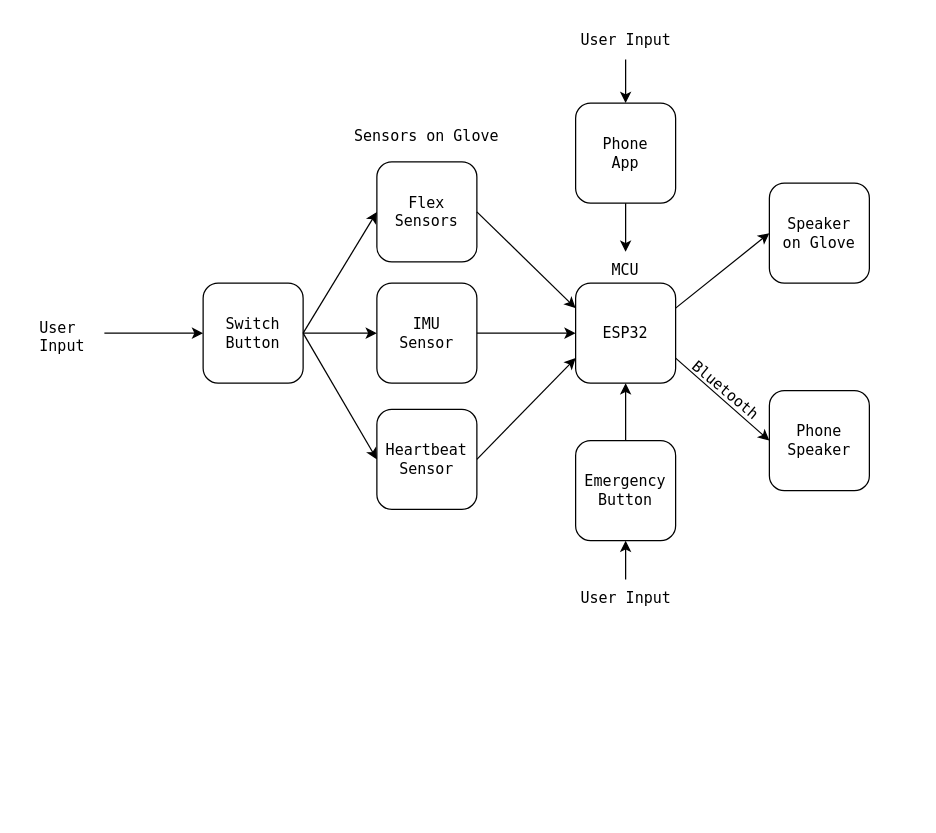
Above: docs/HLD.drawio in r4hulrr/ausign (draw.io), before the change. Source tidied: cells renumbered, new cells numbered last; positions are measured from the earlier drawing's top-left corner, leaving out a move shared by most shapes. Both pictures are drawn from the tidied source at 125%, with x=0, y=0 at pixel (21, 21).
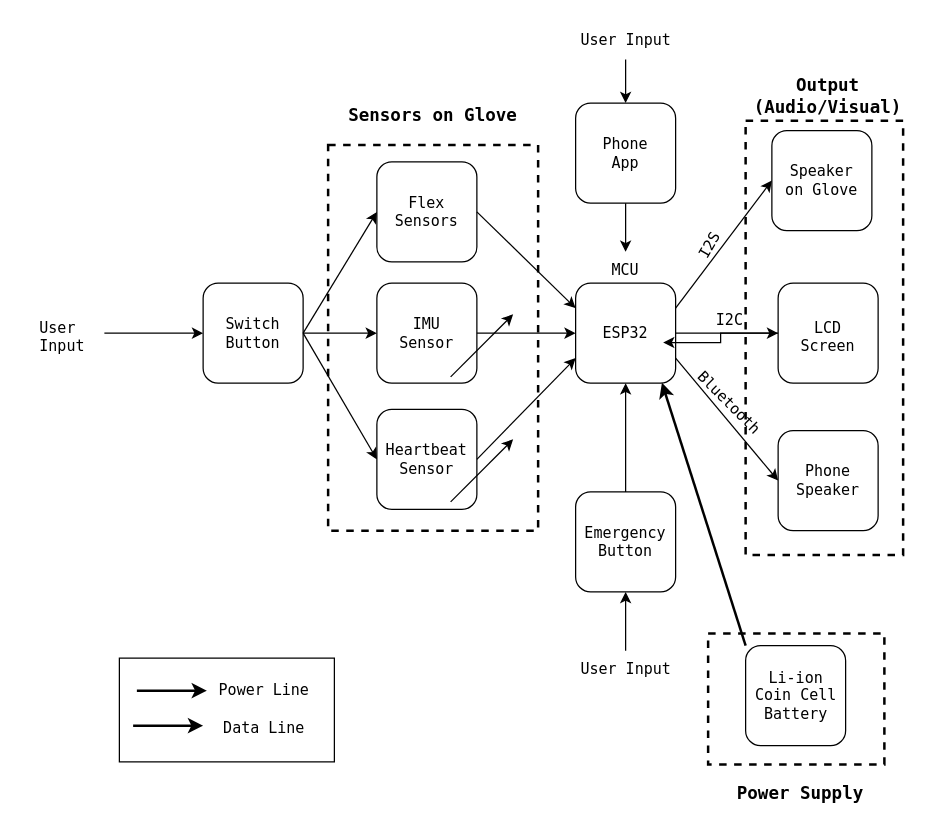
After the change.

The change refers to these unchanged cells:
```xml
<mxCell id="9" style="whiteSpace=wrap;html=1;fillColor=none;rounded=1;labelBorderColor=light-dark(#000000,#000000);strokeColor=light-dark(#000000,#000000);" parent="1" vertex="1">
  <mxGeometry x="443" y="209" width="80" height="80" as="geometry" />
</mxCell>
<mxCell id="11" value="ESP32" style="text;strokeColor=none;align=center;fillColor=none;html=1;verticalAlign=middle;whiteSpace=wrap;rounded=0;fontFamily=Lucida Console;fontColor=light-dark(#000000,#000000);" parent="1" vertex="1">
  <mxGeometry x="453" y="234" width="60" height="30" as="geometry" />
</mxCell>
```

Diff of the diagram source:
```diff
@@
-    <mxCell id="2" value="Sensors on Glove" style="text;strokeColor=none;align=center;fillColor=none;html=1;verticalAlign=middle;whiteSpace=wrap;rounded=0;fontFamily=Lucida Console;fontColor=light-dark(#000000,#000000);" parent="1" vertex="1">
-      <mxGeometry x="254" y="77" width="140" height="30" as="geometry" />
+    <mxCell id="2" value="Sensors on Glove" style="text;strokeColor=none;align=center;fillColor=none;html=1;verticalAlign=middle;whiteSpace=wrap;rounded=0;fontFamily=Lucida Console;fontColor=light-dark(#000000,#000000);fontStyle=1;fontSize=14;" parent="1" vertex="1">
+      <mxGeometry x="259" y="60" width="140" height="30" as="geometry" />
     </mxCell>
@@
     <mxCell id="22" style="whiteSpace=wrap;html=1;fillColor=none;rounded=1;labelBorderColor=light-dark(#000000,#000000);strokeColor=light-dark(#000000,#000000);" parent="1" vertex="1">
-      <mxGeometry x="598" y="129" width="80" height="80" as="geometry" />
+      <mxGeometry x="600" y="87" width="80" height="80" as="geometry" />
     </mxCell>
     <mxCell id="23" value="Speaker on Glove" style="text;strokeColor=none;align=center;fillColor=none;html=1;verticalAlign=middle;whiteSpace=wrap;rounded=0;fontFamily=Lucida Console;fontColor=light-dark(#000000,#000000);" parent="1" vertex="1">
-      <mxGeometry x="608" y="154" width="60" height="30" as="geometry" />
+      <mxGeometry x="610" y="112" width="60" height="30" as="geometry" />
     </mxCell>
     <mxCell id="24" style="whiteSpace=wrap;html=1;fillColor=none;rounded=1;labelBorderColor=light-dark(#000000,#000000);strokeColor=light-dark(#000000,#000000);" parent="1" vertex="1">
-      <mxGeometry x="598" y="295" width="80" height="80" as="geometry" />
+      <mxGeometry x="605" y="327" width="80" height="80" as="geometry" />
     </mxCell>
     <mxCell id="25" value="Phone Speaker" style="text;strokeColor=none;align=center;fillColor=none;html=1;verticalAlign=middle;whiteSpace=wrap;rounded=0;fontFamily=Lucida Console;fontColor=light-dark(#000000,#000000);" parent="1" vertex="1">
-      <mxGeometry x="608" y="320" width="60" height="30" as="geometry" />
+      <mxGeometry x="615" y="352" width="60" height="30" as="geometry" />
     </mxCell>
@@
-    <mxCell id="28" value="Bluetooth" style="text;strokeColor=none;align=center;fillColor=none;html=1;verticalAlign=middle;whiteSpace=wrap;rounded=0;fontFamily=Lucida Console;fontColor=light-dark(#000000,#000000);rotation=40;" parent="1" vertex="1">
-      <mxGeometry x="493" y="280" width="140" height="30" as="geometry" />
+    <mxCell id="28" value="Bluetooth" style="text;strokeColor=none;align=center;fillColor=none;html=1;verticalAlign=middle;whiteSpace=wrap;rounded=0;fontFamily=Lucida Console;fontColor=light-dark(#000000,#000000);rotation=45;" parent="1" vertex="1">
+      <mxGeometry x="509" y="296" width="114" height="18" as="geometry" />
     </mxCell>
     <mxCell id="29" style="whiteSpace=wrap;html=1;fillColor=none;rounded=1;labelBorderColor=light-dark(#000000,#000000);strokeColor=light-dark(#000000,#000000);" parent="1" vertex="1">
-      <mxGeometry x="443" y="335" width="80" height="80" as="geometry" />
+      <mxGeometry x="443" y="376" width="80" height="80" as="geometry" />
     </mxCell>
     <mxCell id="30" value="Emergency Button" style="text;strokeColor=none;align=center;fillColor=none;html=1;verticalAlign=middle;whiteSpace=wrap;rounded=0;fontFamily=Lucida Console;fontColor=light-dark(#000000,#000000);" parent="1" vertex="1">
-      <mxGeometry x="453" y="360" width="60" height="30" as="geometry" />
+      <mxGeometry x="453" y="401" width="60" height="30" as="geometry" />
     </mxCell>
     <mxCell id="31" value="User Input" style="text;strokeColor=none;align=center;fillColor=none;html=1;verticalAlign=middle;whiteSpace=wrap;rounded=0;fontFamily=Lucida Console;fontColor=light-dark(#000000,#000000);" parent="1" vertex="1">
-      <mxGeometry x="406.5" y="446" width="153" height="30" as="geometry" />
+      <mxGeometry x="406.5" y="503" width="153" height="30" as="geometry" />
     </mxCell>
@@
+    <mxCell id="39" value="I2S" style="text;strokeColor=none;align=center;fillColor=none;html=1;verticalAlign=middle;whiteSpace=wrap;rounded=0;fontFamily=Lucida Console;fontColor=light-dark(#000000,#000000);rotation=-60;" parent="1" vertex="1">
+      <mxGeometry x="496" y="167" width="109" height="24" as="geometry" />
+    </mxCell>
+    <mxCell id="40" style="edgeStyle=orthogonalEdgeStyle;rounded=0;jettySize=auto;html=1;exitX=0;exitY=0.5;exitDx=0;exitDy=0;entryX=1;entryY=0.75;entryDx=0;entryDy=0;" parent="1" edge="1" source="41" target="11">
+      <mxGeometry relative="1" as="geometry" />
+    </mxCell>
+    <mxCell id="41" style="whiteSpace=wrap;html=1;fillColor=none;rounded=1;labelBorderColor=light-dark(#000000,#000000);strokeColor=light-dark(#000000,#000000);" parent="1" vertex="1">
+      <mxGeometry x="605" y="209" width="80" height="80" as="geometry" />
+    </mxCell>
+    <mxCell id="42" value="LCD Screen" style="text;strokeColor=none;align=center;fillColor=none;html=1;verticalAlign=middle;whiteSpace=wrap;rounded=0;fontFamily=Lucida Console;fontColor=light-dark(#000000,#000000);" parent="1" vertex="1">
+      <mxGeometry x="615" y="237" width="60" height="30" as="geometry" />
+    </mxCell>
+    <mxCell id="43" style="endArrow=classic;html=1;rounded=0;" parent="1" edge="1">
+      <mxGeometry relative="1" as="geometry">
+        <mxPoint x="343" y="284" as="sourcePoint" />
+        <mxPoint x="393" y="234" as="targetPoint" />
+      </mxGeometry>
+    </mxCell>
+    <mxCell id="44" style="endArrow=classic;html=1;rounded=0;strokeColor=light-dark(#000000,#000000);exitX=1;exitY=0.5;exitDx=0;exitDy=0;entryX=0;entryY=0.5;entryDx=0;entryDy=0;" parent="1" edge="1" source="9" target="41">
+      <mxGeometry relative="1" as="geometry" />
+    </mxCell>
+    <mxCell id="45" value="I2C" style="text;strokeColor=none;align=center;fillColor=none;html=1;verticalAlign=middle;whiteSpace=wrap;rounded=0;fontFamily=Lucida Console;fontColor=light-dark(#000000,#000000);rotation=0;" parent="1" vertex="1">
+      <mxGeometry x="511.5" y="227" width="109" height="24" as="geometry" />
+    </mxCell>
+    <mxCell id="46" style="rounded=0;whiteSpace=wrap;html=1;fillColor=none;dashed=1;strokeColor=light-dark(#000000,#FF0000);strokeWidth=2;" parent="1" vertex="1">
+      <mxGeometry x="245" y="98.5" width="168" height="308.5" as="geometry" />
+    </mxCell>
+    <mxCell id="47" style="rounded=0;whiteSpace=wrap;html=1;fillColor=none;dashed=1;strokeColor=light-dark(#000000,#FF0000);strokeWidth=2;" parent="1" vertex="1">
+      <mxGeometry x="579" y="79" width="126" height="347.5" as="geometry" />
+    </mxCell>
+    <mxCell id="48" value="Output (Audio/Visual)" style="text;strokeColor=none;align=center;fillColor=none;html=1;verticalAlign=middle;whiteSpace=wrap;rounded=0;fontFamily=Lucida Console;fontColor=light-dark(#000000,#000000);fontStyle=1;fontSize=14;" parent="1" vertex="1">
+      <mxGeometry x="575" y="44" width="140" height="30" as="geometry" />
+    </mxCell>
+    <mxCell id="49" style="whiteSpace=wrap;html=1;fillColor=none;rounded=1;labelBorderColor=light-dark(#000000,#000000);strokeColor=light-dark(#000000,#000000);" parent="1" vertex="1">
+      <mxGeometry x="579" y="499" width="80" height="80" as="geometry" />
+    </mxCell>
+    <mxCell id="50" value="Li-ion&lt;div&gt;Coin Cell&lt;/div&gt;&lt;div&gt;Battery&lt;/div&gt;" style="text;strokeColor=none;align=center;fillColor=none;html=1;verticalAlign=middle;whiteSpace=wrap;rounded=0;fontFamily=Lucida Console;fontColor=light-dark(#000000,#000000);" parent="1" vertex="1">
+      <mxGeometry x="582.5" y="524" width="73" height="30" as="geometry" />
+    </mxCell>
+    <mxCell id="51" style="endArrow=classic;html=1;rounded=0;" parent="1" edge="1">
+      <mxGeometry relative="1" as="geometry">
+        <mxPoint x="343" y="384" as="sourcePoint" />
+        <mxPoint x="393" y="334" as="targetPoint" />
+      </mxGeometry>
+    </mxCell>
+    <mxCell id="52" style="endArrow=classic;html=1;rounded=0;fontColor=light-dark(#000000,#000000);strokeColor=light-dark(#000000, #f50000);exitX=0;exitY=0;exitDx=0;exitDy=0;entryX=0.863;entryY=0.996;entryDx=0;entryDy=0;entryPerimeter=0;strokeWidth=2;" parent="1" edge="1" source="49" target="9">
+      <mxGeometry relative="1" as="geometry" />
+    </mxCell>
+    <mxCell id="53" style="rounded=0;whiteSpace=wrap;html=1;fillColor=none;dashed=1;strokeColor=light-dark(#000000,#FF0000);strokeWidth=2;" parent="1" vertex="1">
+      <mxGeometry x="549" y="489.2" width="141" height="104.8" as="geometry" />
+    </mxCell>
+    <mxCell id="54" value="Power Supply" style="text;strokeColor=none;align=center;fillColor=none;html=1;verticalAlign=middle;whiteSpace=wrap;rounded=0;fontFamily=Lucida Console;fontColor=light-dark(#000000,#000000);fontStyle=1;fontSize=14;" parent="1" vertex="1">
+      <mxGeometry x="553" y="602" width="140" height="30" as="geometry" />
+    </mxCell>
+    <mxCell id="55" style="endArrow=classic;html=1;rounded=0;fontColor=light-dark(#000000,#000000);strokeColor=light-dark(#000000, #f50000);strokeWidth=2;" parent="1" edge="1">
+      <mxGeometry relative="1" as="geometry">
+        <mxPoint x="92" y="535" as="sourcePoint" />
+        <mxPoint x="148" y="535" as="targetPoint" />
+      </mxGeometry>
+    </mxCell>
+    <mxCell id="56" style="endArrow=classic;html=1;rounded=0;fontColor=light-dark(#000000,#000000);strokeColor=light-dark(#000000,#000000);strokeWidth=2;" parent="1" edge="1">
+      <mxGeometry relative="1" as="geometry">
+        <mxPoint x="89" y="563" as="sourcePoint" />
+        <mxPoint x="145" y="563" as="targetPoint" />
+      </mxGeometry>
+    </mxCell>
+    <mxCell id="57" value="Power Line" style="text;strokeColor=none;align=center;fillColor=none;html=1;verticalAlign=middle;whiteSpace=wrap;rounded=0;fontFamily=Lucida Console;fontColor=light-dark(#000000,#FF0000);" parent="1" vertex="1">
+      <mxGeometry x="155" y="520" width="78" height="30" as="geometry" />
+    </mxCell>
+    <mxCell id="58" value="Data Line" style="text;strokeColor=none;align=center;fillColor=none;html=1;verticalAlign=middle;whiteSpace=wrap;rounded=0;fontFamily=Lucida Console;fontColor=light-dark(#000000,#000000);" parent="1" vertex="1">
+      <mxGeometry x="155" y="550" width="78" height="30" as="geometry" />
+    </mxCell>
+    <mxCell id="59" style="rounded=0;whiteSpace=wrap;html=1;fillColor=none;strokeColor=light-dark(#000000,#000000);" parent="1" vertex="1">
+      <mxGeometry x="78" y="509" width="172" height="83" as="geometry" />
+    </mxCell>
```
